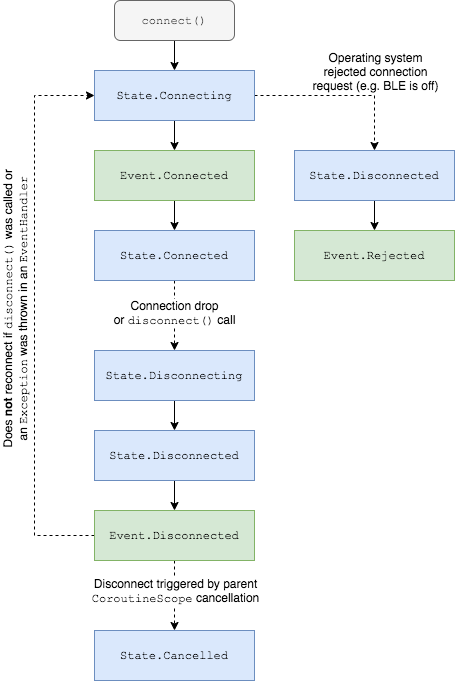
Earlier version of the draw.io export keep-alive/artwork/state-and-event-flow.png (JuulLabs/able). Source tidied: cells renumbered, new cells last; positions are measured from the earlier drawing's top-left corner, leaving out a move shared by most shapes.
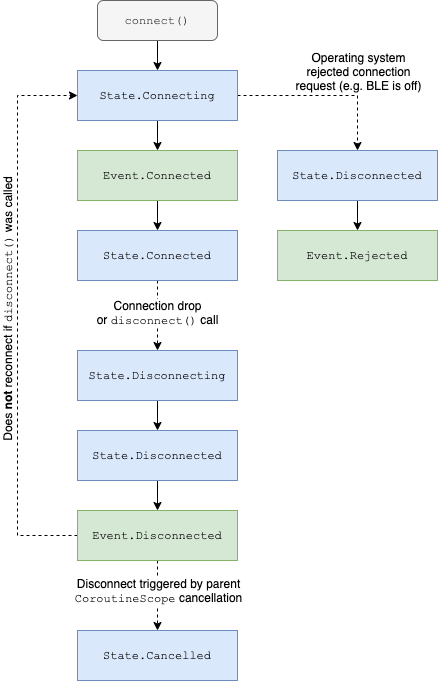
Later version of the same file.

Diff of the diagram source:
```diff
@@ -27,9 +27,9 @@
         </Array>
       </mxGeometry>
     </mxCell>
-    <mxCell id="8" value="Does &lt;b&gt;not&lt;/b&gt; reconnect if&amp;nbsp;&lt;font face=&quot;Courier New&quot; style=&quot;font-size: 12px&quot;&gt;disconnect()&lt;/font&gt;&amp;nbsp;was&amp;nbsp;called or&lt;br&gt;an &lt;font face=&quot;Courier New&quot;&gt;Exception&lt;/font&gt; was thrown in an &lt;font face=&quot;Courier New&quot;&gt;EventHandler&lt;/font&gt;" style="edgeLabel;html=1;align=center;verticalAlign=middle;rotation=270;fontSize=12;" parent="7" vertex="1">
+    <mxCell id="8" value="Does &lt;b&gt;not&lt;/b&gt; reconnect if&amp;nbsp;&lt;font face=&quot;Courier New&quot; style=&quot;font-size: 12px&quot;&gt;disconnect()&lt;/font&gt;&amp;nbsp;was&amp;nbsp;called" style="edgeLabel;html=1;align=center;verticalAlign=middle;rotation=270;fontSize=12;" parent="7" vertex="1">
       <mxGeometry x="0.06" relative="1" as="geometry">
-        <mxPoint x="-20" y="11" as="offset" />
+        <mxPoint x="-10" y="11" as="offset" />
       </mxGeometry>
     </mxCell>
     <mxCell id="9" value="Event.Disconnected" style="rounded=0;whiteSpace=wrap;html=1;fontFamily=Courier New;fillColor=#d5e8d4;strokeColor=#82b366;" parent="1" vertex="1">
```
